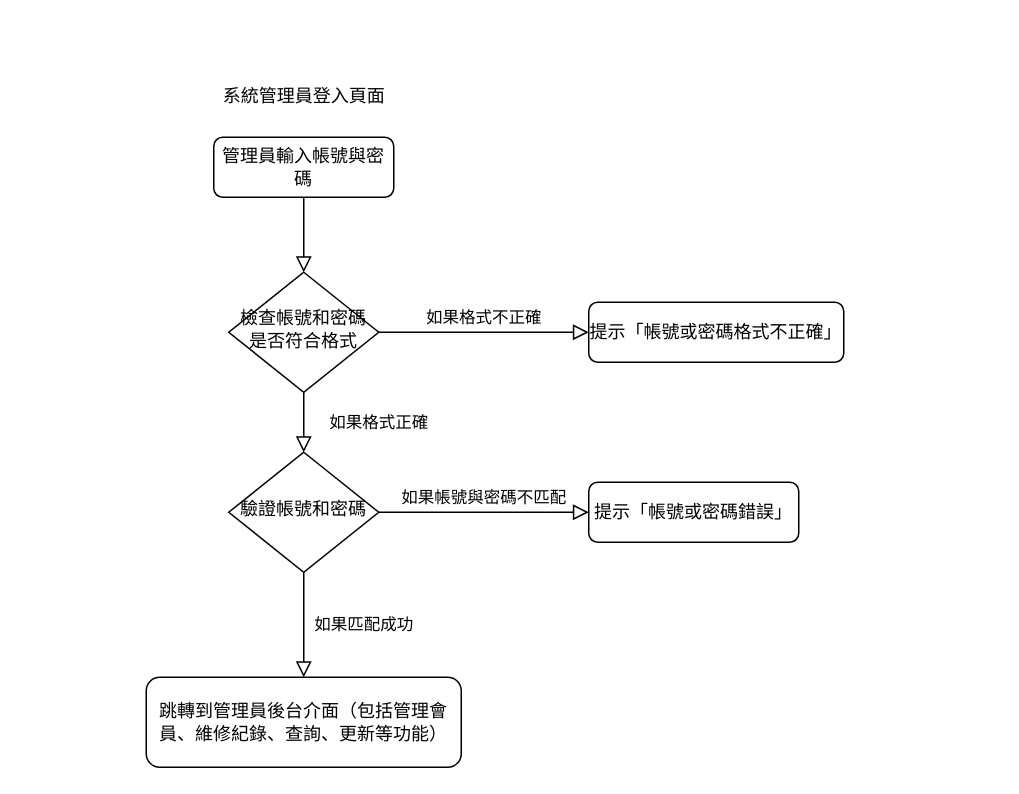
Before: 系統流程圖(系統管理員登入頁面).drawio in hak99101314/Maintenance-inquiry-system, a draw.io diagram. Source tidied: cells renumbered, new cells numbered last; positions are measured from the earlier drawing's top-left corner, leaving out a move shared by most shapes. Both pictures are drawn from the tidied source at 150%, with x=0, y=0 at pixel (146, 74).
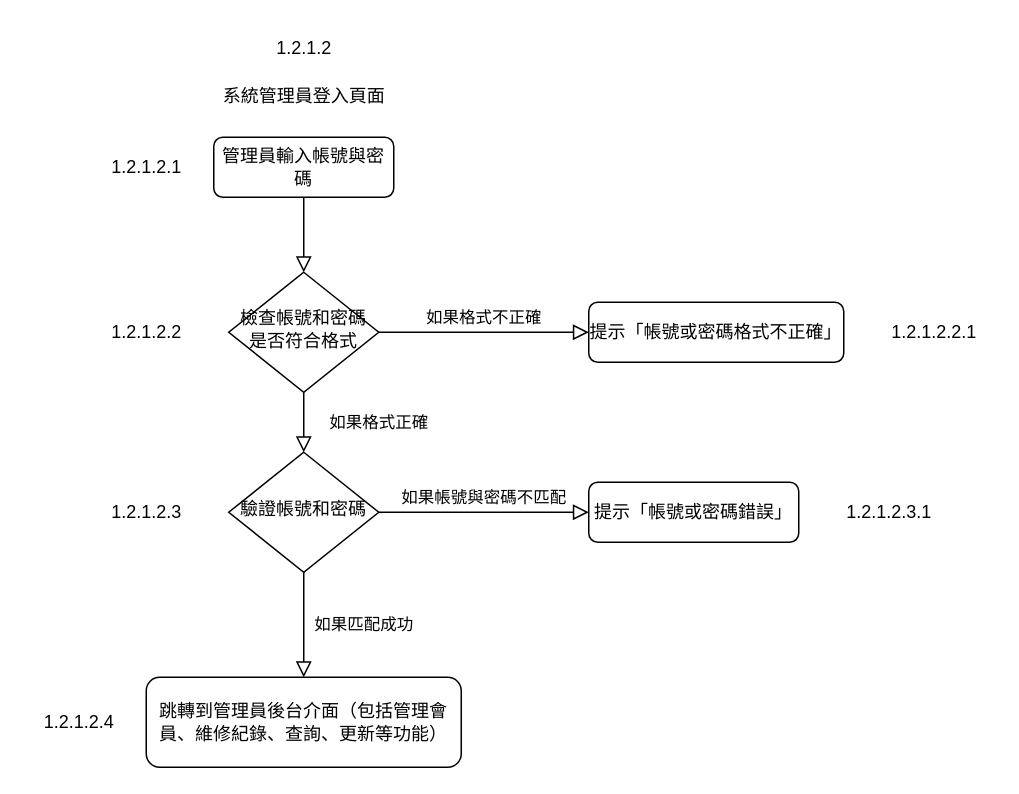
The same diagram, later.

Commit message:
更新系統流程圖(系統管理員登入頁面).drawio

Diff of the diagram source:
```diff
@@
+    <mxCell id="14" value="1.2.1.2" style="text;html=1;align=center;verticalAlign=middle;strokeColor=none;fillColor=none;" parent="1" vertex="1">
+      <mxGeometry x="75" y="-32" width="60" height="30" as="geometry" />
+    </mxCell>
+    <mxCell id="15" value="1.2.1.2.1" style="text;html=1;align=center;verticalAlign=middle;strokeColor=none;fillColor=none;" parent="1" vertex="1">
+      <mxGeometry x="-35" y="47" width="70" height="30" as="geometry" />
+    </mxCell>
+    <mxCell id="16" value="1.2.1.2.2" style="text;html=1;align=center;verticalAlign=middle;strokeColor=none;fillColor=none;" parent="1" vertex="1">
+      <mxGeometry x="-35" y="157" width="70" height="30" as="geometry" />
+    </mxCell>
+    <mxCell id="17" value="1.2.1.2.2.1" style="text;html=1;align=center;verticalAlign=middle;strokeColor=none;fillColor=none;" parent="1" vertex="1">
+      <mxGeometry x="485" y="157" width="80" height="30" as="geometry" />
+    </mxCell>
+    <mxCell id="18" value="1.2.1.2.3" style="text;html=1;align=center;verticalAlign=middle;strokeColor=none;fillColor=none;" parent="1" vertex="1">
+      <mxGeometry x="-35" y="277" width="70" height="30" as="geometry" />
+    </mxCell>
+    <mxCell id="19" value="1.2.1.2.3.1" style="text;html=1;align=center;verticalAlign=middle;strokeColor=none;fillColor=none;" parent="1" vertex="1">
+      <mxGeometry x="455" y="277" width="80" height="30" as="geometry" />
+    </mxCell>
+    <mxCell id="20" value="1.2.1.2.4" style="text;html=1;align=center;verticalAlign=middle;strokeColor=none;fillColor=none;" parent="1" vertex="1">
+      <mxGeometry x="-80" y="417" width="70" height="30" as="geometry" />
+    </mxCell>
```
